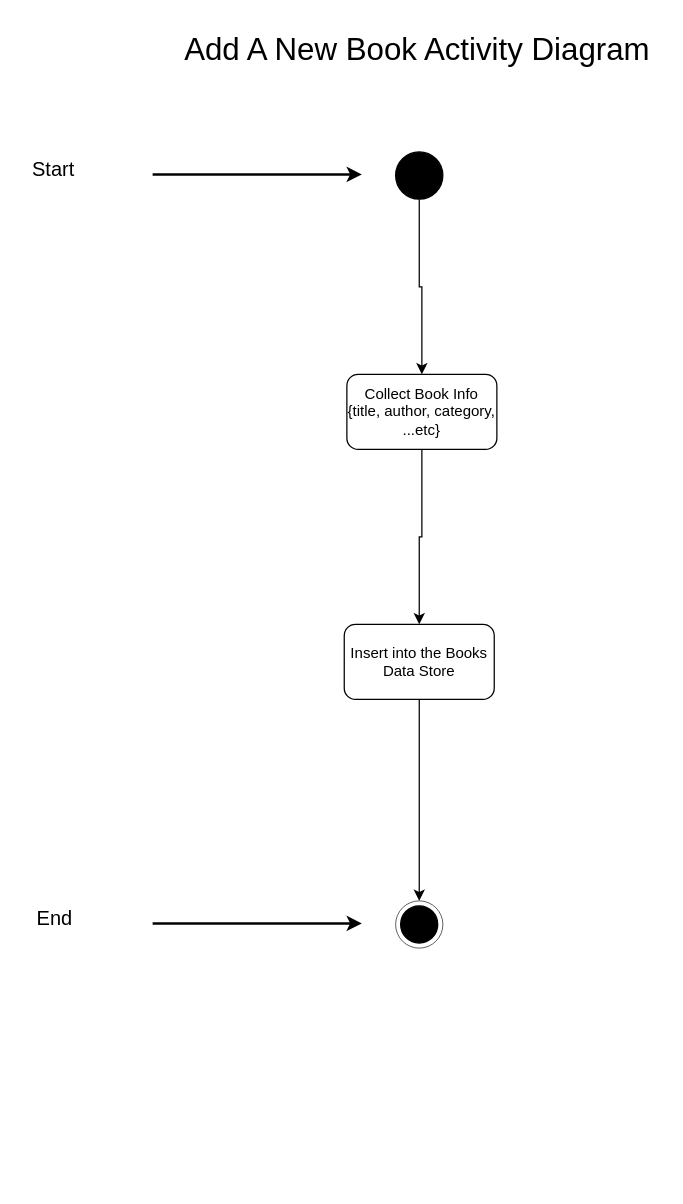
Abdulrahman-Sayed-1/Library-Management-System keeps this draw.io diagram as drawio files/Library Management System (Add new Book Activity Diagram).drawio. Above is the earlier version. Source tidied: cells renumbered, new cells numbered last; positions are measured from the earlier drawing's top-left corner, leaving out a move shared by most shapes. Both pictures are drawn from the tidied source at 125%, with x=0, y=0 at pixel (20, 21).
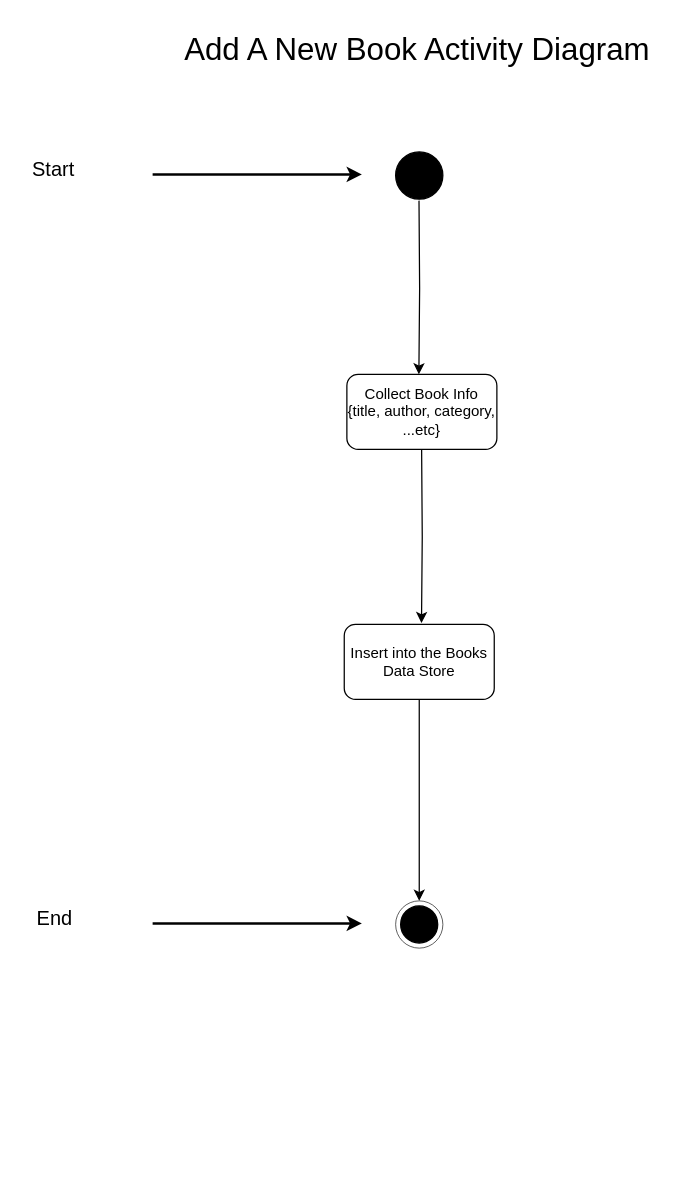
Above is the later version.

Unchanged cells that the change refers to:
```xml
<mxCell id="4" style="ellipse;whiteSpace=wrap;html=1;fillColor=#000000;" parent="1" vertex="1">
  <mxGeometry x="300" y="104" width="37.8" height="37.8" as="geometry" />
</mxCell>
<mxCell id="9" value="Collect Book Info {title, author, category, ...etc}" style="rounded=1;whiteSpace=wrap;html=1;" parent="1" vertex="1">
  <mxGeometry x="261" y="282" width="120" height="60" as="geometry" />
</mxCell>
<mxCell id="18" value="Insert into the Books Data Store" style="rounded=1;whiteSpace=wrap;html=1;" parent="1" vertex="1">
  <mxGeometry x="258.9" y="482" width="120" height="60" as="geometry" />
</mxCell>
```

The edit, as a diff of the source:
```diff
@@
-    <mxCell id="3" style="edgeStyle=orthogonalEdgeStyle;rounded=0;jettySize=auto;html=1;exitX=0.5;exitY=1;exitDx=0;exitDy=0;entryX=0.5;entryY=0;entryDx=0;entryDy=0;" parent="1" edge="1" source="4" target="9">
-      <mxGeometry relative="1" as="geometry" />
-    </mxCell>
@@
-    <mxCell id="8" style="edgeStyle=orthogonalEdgeStyle;rounded=0;jettySize=auto;html=1;exitX=0.5;exitY=1;exitDx=0;exitDy=0;entryX=0.5;entryY=0;entryDx=0;entryDy=0;" parent="1" edge="1" source="9" target="18">
-      <mxGeometry relative="1" as="geometry" />
-    </mxCell>
@@
+    <mxCell id="19" style="edgeStyle=orthogonalEdgeStyle;rounded=0;orthogonalLoop=1;jettySize=auto;html=1;exitX=0.5;exitY=1;exitDx=0;exitDy=0;" parent="1" edge="1">
+      <mxGeometry relative="1" as="geometry">
+        <mxPoint x="318.7" y="143" as="sourcePoint" />
+        <mxPoint x="318.6" y="282" as="targetPoint" />
+      </mxGeometry>
+    </mxCell>
+    <mxCell id="20" style="edgeStyle=orthogonalEdgeStyle;rounded=0;orthogonalLoop=1;jettySize=auto;html=1;exitX=0.5;exitY=1;exitDx=0;exitDy=0;" parent="1" edge="1">
+      <mxGeometry relative="1" as="geometry">
+        <mxPoint x="320.8" y="342" as="sourcePoint" />
+        <mxPoint x="320.7" y="481" as="targetPoint" />
+      </mxGeometry>
+    </mxCell>
```
